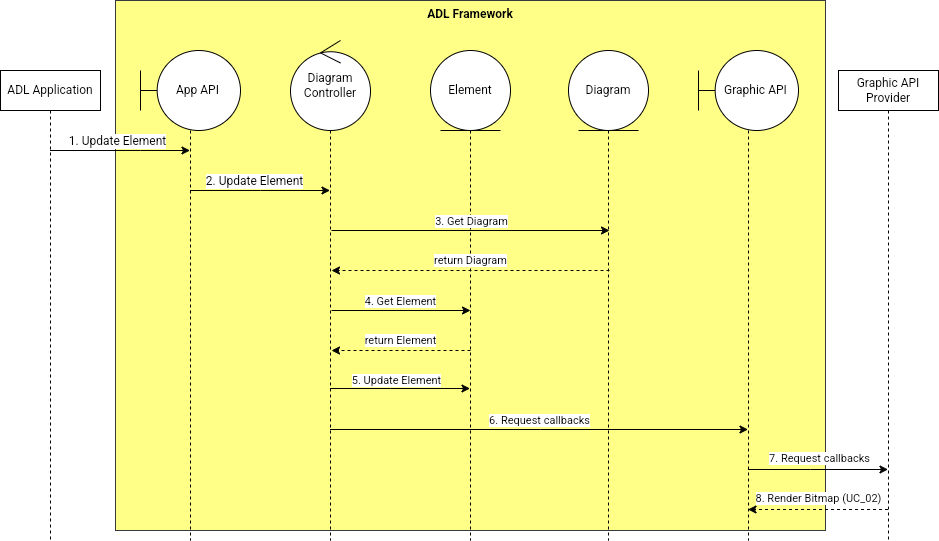
phunm211/SW-Associate-Architecture keeps this draw.io diagram as img/usecases_detail/UpdateElement.drawio.png. Above is the earlier version. Source tidied: cells renumbered, new cells last; positions are measured from the earlier drawing's top-left corner, leaving out a move shared by most shapes.
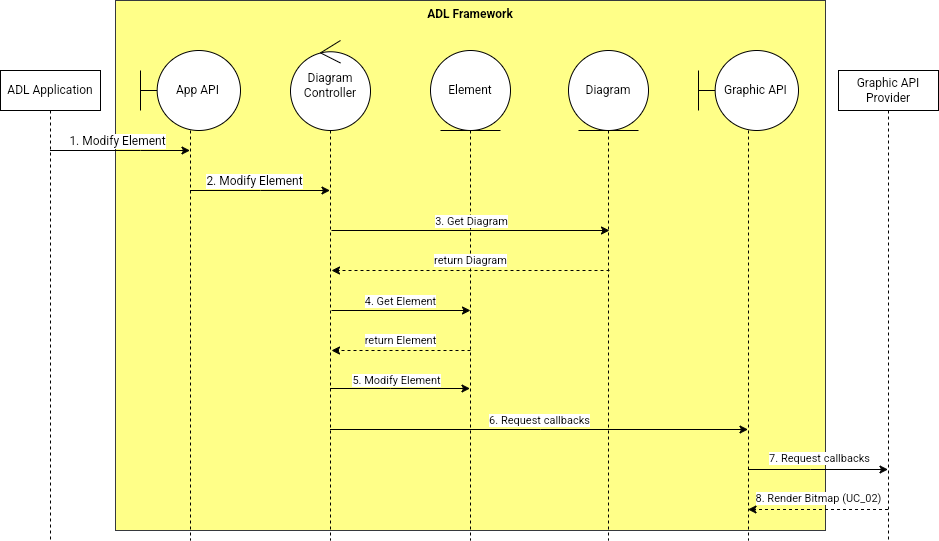
Above is the later version.

The edit, as a diff of the source:
```diff
@@ -15,7 +15,7 @@
         </Array>
       </mxGeometry>
     </mxCell>
-    <mxCell id="5" value="1. Update Element" style="edgeLabel;html=1;align=center;verticalAlign=middle;fontSize=12;fontFamily=Helvetica;fontColor=default;" parent="4" vertex="1">
+    <mxCell id="5" value="1. Modify Element" style="edgeLabel;html=1;align=center;verticalAlign=middle;fontSize=12;fontFamily=Helvetica;fontColor=default;" parent="4" vertex="1">
       <mxGeometry x="-0.04" y="2" relative="1" as="geometry">
         <mxPoint y="-8" as="offset" />
       </mxGeometry>
@@ -30,7 +30,7 @@
         </Array>
       </mxGeometry>
     </mxCell>
-    <mxCell id="8" value="2. Update Element" style="edgeLabel;html=1;align=center;verticalAlign=middle;fontSize=12;fontFamily=Helvetica;fontColor=default;" parent="7" vertex="1">
+    <mxCell id="8" value="2. Modify Element" style="edgeLabel;html=1;align=center;verticalAlign=middle;fontSize=12;fontFamily=Helvetica;fontColor=default;" parent="7" vertex="1">
       <mxGeometry x="-0.09" y="-1" relative="1" as="geometry">
         <mxPoint y="-11" as="offset" />
       </mxGeometry>
@@ -64,7 +64,7 @@
         </Array>
       </mxGeometry>
     </mxCell>
-    <mxCell id="14" value="5. Update Element" style="edgeLabel;html=1;align=center;verticalAlign=middle;" parent="13" vertex="1">
+    <mxCell id="14" value="5. Modify Element" style="edgeLabel;html=1;align=center;verticalAlign=middle;" parent="13" vertex="1">
       <mxGeometry x="-0.05" y="3" relative="1" as="geometry">
         <mxPoint y="-6" as="offset" />
       </mxGeometry>
```
